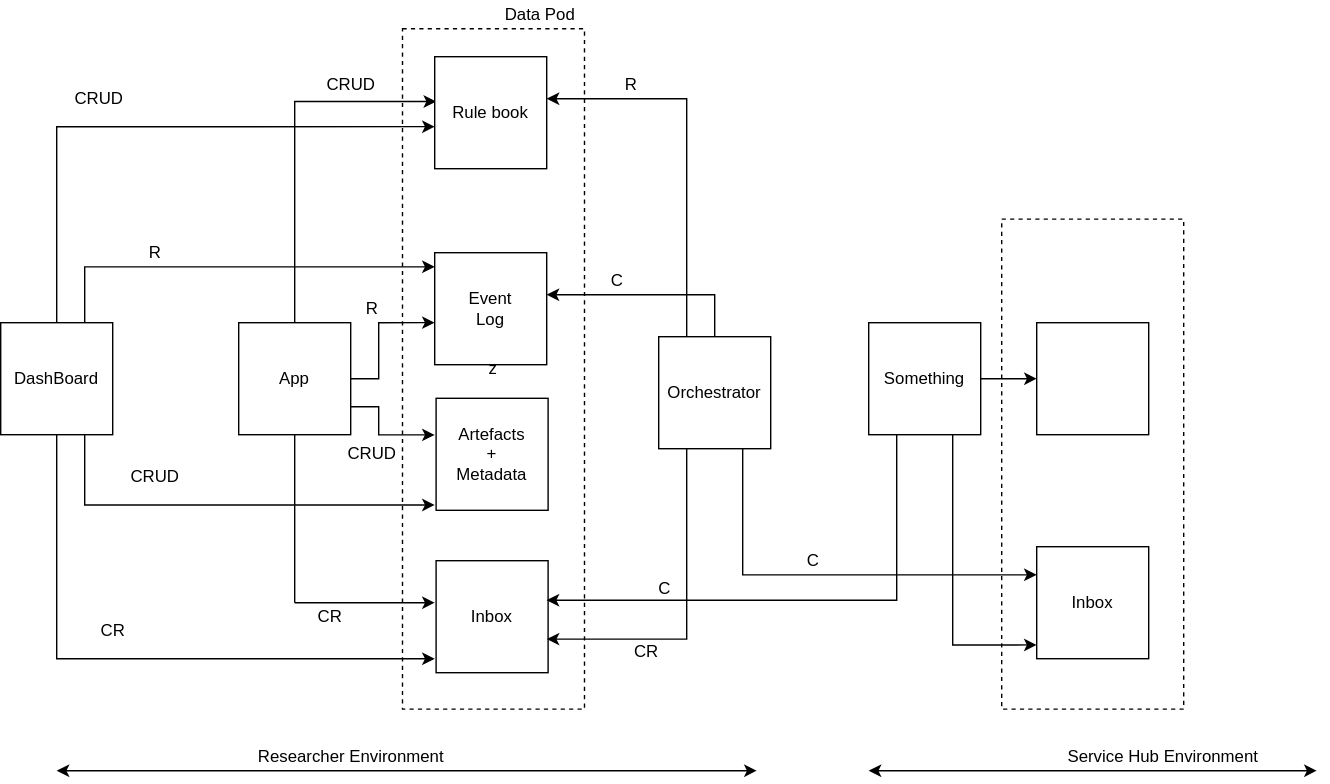
Before: images/mellon-crud-app.svg, a diagram exported from draw.io (MellonScholarlyCommunication/spec-overview). Source tidied: cells renumbered, new cells last; positions are measured from the earlier drawing's top-left corner, leaving out a move shared by most shapes. Its diagram source:
```xml
<mxGraphModel>
  <root>
    <mxCell id="0" />
    <mxCell id="1" parent="0" />
    <mxCell id="2" value="z" style="rounded=0;whiteSpace=wrap;html=1;dashed=1;fillColor=none;" parent="1" vertex="1">
      <mxGeometry x="287" y="20" width="130" height="486" as="geometry" />
    </mxCell>
    <mxCell id="3" style="edgeStyle=orthogonalEdgeStyle;rounded=0;jettySize=auto;html=1;exitX=0.5;exitY=0;exitDx=0;exitDy=0;entryX=0.013;entryY=0.4;entryDx=0;entryDy=0;entryPerimeter=0;" parent="1" edge="1" source="6" target="12">
      <mxGeometry relative="1" as="geometry" />
    </mxCell>
    <mxCell id="4" style="edgeStyle=orthogonalEdgeStyle;rounded=0;jettySize=auto;html=1;exitX=1;exitY=0.5;exitDx=0;exitDy=0;entryX=0.177;entryY=0.432;entryDx=0;entryDy=0;entryPerimeter=0;" parent="1" edge="1" source="6" target="2">
      <mxGeometry relative="1" as="geometry" />
    </mxCell>
    <mxCell id="5" style="edgeStyle=orthogonalEdgeStyle;rounded=0;jettySize=auto;html=1;exitX=1;exitY=0.75;exitDx=0;exitDy=0;entryX=0.177;entryY=0.597;entryDx=0;entryDy=0;entryPerimeter=0;" parent="1" edge="1" source="6" target="2">
      <mxGeometry relative="1" as="geometry" />
    </mxCell>
    <mxCell id="6" value="App" style="whiteSpace=wrap;html=1;" parent="1" vertex="1">
      <mxGeometry x="170" y="230" width="80" height="80" as="geometry" />
    </mxCell>
    <mxCell id="7" style="edgeStyle=orthogonalEdgeStyle;rounded=0;jettySize=auto;html=1;exitX=0.5;exitY=0;exitDx=0;exitDy=0;entryX=0.177;entryY=0.144;entryDx=0;entryDy=0;entryPerimeter=0;" parent="1" edge="1" source="11" target="2">
      <mxGeometry relative="1" as="geometry" />
    </mxCell>
    <mxCell id="8" style="edgeStyle=orthogonalEdgeStyle;rounded=0;jettySize=auto;html=1;exitX=0.75;exitY=0;exitDx=0;exitDy=0;entryX=0.177;entryY=0.35;entryDx=0;entryDy=0;entryPerimeter=0;" parent="1" edge="1" source="11" target="2">
      <mxGeometry relative="1" as="geometry" />
    </mxCell>
    <mxCell id="9" style="edgeStyle=orthogonalEdgeStyle;rounded=0;jettySize=auto;html=1;exitX=0.75;exitY=1;exitDx=0;exitDy=0;entryX=0.177;entryY=0.7;entryDx=0;entryDy=0;entryPerimeter=0;" parent="1" edge="1" source="11" target="2">
      <mxGeometry relative="1" as="geometry">
        <Array as="points">
          <mxPoint x="60" y="360" />
        </Array>
      </mxGeometry>
    </mxCell>
    <mxCell id="10" style="edgeStyle=orthogonalEdgeStyle;rounded=0;jettySize=auto;html=1;exitX=0.5;exitY=1;exitDx=0;exitDy=0;entryX=0.177;entryY=0.926;entryDx=0;entryDy=0;entryPerimeter=0;" parent="1" edge="1" source="11" target="2">
      <mxGeometry relative="1" as="geometry">
        <Array as="points">
          <mxPoint x="40" y="470" />
        </Array>
      </mxGeometry>
    </mxCell>
    <mxCell id="11" value="DashBoard" style="whiteSpace=wrap;html=1;" parent="1" vertex="1">
      <mxGeometry y="230" width="80" height="80" as="geometry" />
    </mxCell>
    <mxCell id="12" value="Rule book" style="whiteSpace=wrap;html=1;" parent="1" vertex="1">
      <mxGeometry x="310" y="40" width="80" height="80" as="geometry" />
    </mxCell>
    <mxCell id="13" value="Event&lt;br&gt;Log" style="whiteSpace=wrap;html=1;" parent="1" vertex="1">
      <mxGeometry x="310" y="180" width="80" height="80" as="geometry" />
    </mxCell>
    <mxCell id="14" value="Artefacts&lt;br&gt;+&lt;br&gt;Metadata" style="whiteSpace=wrap;html=1;" parent="1" vertex="1">
      <mxGeometry x="311" y="284" width="80" height="80" as="geometry" />
    </mxCell>
    <mxCell id="15" value="Inbox" style="whiteSpace=wrap;html=1;" parent="1" vertex="1">
      <mxGeometry x="311" y="400" width="80" height="80" as="geometry" />
    </mxCell>
    <mxCell id="16" style="edgeStyle=orthogonalEdgeStyle;rounded=0;jettySize=auto;html=1;exitX=0;exitY=0.25;exitDx=0;exitDy=0;entryX=0.792;entryY=0.391;entryDx=0;entryDy=0;entryPerimeter=0;" parent="1" edge="1" source="20" target="2">
      <mxGeometry relative="1" as="geometry">
        <Array as="points">
          <mxPoint x="510" y="260" />
          <mxPoint x="510" y="210" />
        </Array>
      </mxGeometry>
    </mxCell>
    <mxCell id="17" style="edgeStyle=orthogonalEdgeStyle;rounded=0;jettySize=auto;html=1;exitX=0.25;exitY=1;exitDx=0;exitDy=0;" parent="1" edge="1" source="20">
      <mxGeometry relative="1" as="geometry">
        <mxPoint x="390" y="456" as="targetPoint" />
        <Array as="points">
          <mxPoint x="490" y="456" />
        </Array>
      </mxGeometry>
    </mxCell>
    <mxCell id="18" style="edgeStyle=orthogonalEdgeStyle;rounded=0;jettySize=auto;html=1;exitX=0.75;exitY=1;exitDx=0;exitDy=0;entryX=0.192;entryY=0.726;entryDx=0;entryDy=0;entryPerimeter=0;" parent="1" edge="1" source="20" target="34">
      <mxGeometry relative="1" as="geometry" />
    </mxCell>
    <mxCell id="19" style="edgeStyle=orthogonalEdgeStyle;rounded=0;jettySize=auto;html=1;exitX=0.25;exitY=0;exitDx=0;exitDy=0;entryX=1;entryY=0.375;entryDx=0;entryDy=0;entryPerimeter=0;" parent="1" edge="1" source="20" target="12">
      <mxGeometry relative="1" as="geometry" />
    </mxCell>
    <mxCell id="20" value="Orchestrator" style="whiteSpace=wrap;html=1;" parent="1" vertex="1">
      <mxGeometry x="470" y="240" width="80" height="80" as="geometry" />
    </mxCell>
    <mxCell id="21" style="edgeStyle=orthogonalEdgeStyle;rounded=0;jettySize=auto;html=1;exitX=0.25;exitY=1;exitDx=0;exitDy=0;entryX=0.792;entryY=0.84;entryDx=0;entryDy=0;entryPerimeter=0;" parent="1" edge="1" source="24" target="2">
      <mxGeometry relative="1" as="geometry">
        <Array as="points">
          <mxPoint x="640" y="428" />
        </Array>
      </mxGeometry>
    </mxCell>
    <mxCell id="22" style="edgeStyle=orthogonalEdgeStyle;rounded=0;jettySize=auto;html=1;exitX=0.75;exitY=1;exitDx=0;exitDy=0;entryX=0.192;entryY=0.869;entryDx=0;entryDy=0;entryPerimeter=0;" parent="1" edge="1" source="24" target="34">
      <mxGeometry relative="1" as="geometry" />
    </mxCell>
    <mxCell id="23" style="edgeStyle=orthogonalEdgeStyle;rounded=0;jettySize=auto;html=1;exitX=1;exitY=0.5;exitDx=0;exitDy=0;entryX=0;entryY=0.5;entryDx=0;entryDy=0;" parent="1" edge="1" source="24" target="41">
      <mxGeometry relative="1" as="geometry" />
    </mxCell>
    <mxCell id="24" value="Something" style="whiteSpace=wrap;html=1;" parent="1" vertex="1">
      <mxGeometry x="620" y="230" width="80" height="80" as="geometry" />
    </mxCell>
    <mxCell id="25" value="Inbox" style="whiteSpace=wrap;html=1;" parent="1" vertex="1">
      <mxGeometry x="740" y="390" width="80" height="80" as="geometry" />
    </mxCell>
    <mxCell id="26" value="CRUD" style="text;html=1;align=center;verticalAlign=middle;strokeColor=none;" parent="1" vertex="1">
      <mxGeometry x="225" y="50" width="50" height="20" as="geometry" />
    </mxCell>
    <mxCell id="27" value="R" style="text;html=1;align=center;verticalAlign=middle;strokeColor=none;" parent="1" vertex="1">
      <mxGeometry x="255" y="210" width="20" height="20" as="geometry" />
    </mxCell>
    <mxCell id="28" value="CRUD" style="text;html=1;align=center;verticalAlign=middle;strokeColor=none;" parent="1" vertex="1">
      <mxGeometry x="240" y="314" width="50" height="20" as="geometry" />
    </mxCell>
    <mxCell id="29" value="CR" style="text;html=1;align=center;verticalAlign=middle;strokeColor=none;" parent="1" vertex="1">
      <mxGeometry x="220" y="430" width="30" height="20" as="geometry" />
    </mxCell>
    <mxCell id="30" value="C" style="text;html=1;align=center;verticalAlign=middle;strokeColor=none;" parent="1" vertex="1">
      <mxGeometry x="430" y="190" width="20" height="20" as="geometry" />
    </mxCell>
    <mxCell id="31" value="CR" style="text;html=1;align=center;verticalAlign=middle;strokeColor=none;" parent="1" vertex="1">
      <mxGeometry x="446" y="455" width="30" height="20" as="geometry" />
    </mxCell>
    <mxCell id="32" value="Data Pod" style="text;html=1;align=center;verticalAlign=middle;strokeColor=none;" parent="1" vertex="1">
      <mxGeometry x="350" width="70" height="20" as="geometry" />
    </mxCell>
    <mxCell id="33" value="C" style="text;html=1;align=center;verticalAlign=middle;strokeColor=none;" parent="1" vertex="1">
      <mxGeometry x="464" y="410" width="20" height="20" as="geometry" />
    </mxCell>
    <mxCell id="34" style="rounded=0;whiteSpace=wrap;html=1;dashed=1;fillColor=none;" parent="1" vertex="1">
      <mxGeometry x="715" y="156" width="130" height="350" as="geometry" />
    </mxCell>
    <mxCell id="35" value="C" style="text;html=1;align=center;verticalAlign=middle;strokeColor=none;" parent="1" vertex="1">
      <mxGeometry x="570" y="390" width="20" height="20" as="geometry" />
    </mxCell>
    <mxCell id="36" value="R" style="text;html=1;align=center;verticalAlign=middle;strokeColor=none;" parent="1" vertex="1">
      <mxGeometry x="440" y="50" width="20" height="20" as="geometry" />
    </mxCell>
    <mxCell id="37" style="endArrow=classic;startArrow=classic;html=1;" parent="1" edge="1">
      <mxGeometry relative="1" as="geometry">
        <mxPoint x="40" y="550" as="sourcePoint" />
        <mxPoint x="540" y="550" as="targetPoint" />
      </mxGeometry>
    </mxCell>
    <mxCell id="38" value="Researcher Environment" style="text;html=1;align=center;verticalAlign=middle;strokeColor=none;" parent="1" vertex="1">
      <mxGeometry x="175" y="530" width="150" height="20" as="geometry" />
    </mxCell>
    <mxCell id="39" style="endArrow=classic;startArrow=classic;html=1;" parent="1" edge="1">
      <mxGeometry relative="1" as="geometry">
        <mxPoint x="620" y="550" as="sourcePoint" />
        <mxPoint x="940" y="550" as="targetPoint" />
      </mxGeometry>
    </mxCell>
    <mxCell id="40" value="Service Hub Environment" style="text;html=1;align=center;verticalAlign=middle;strokeColor=none;" parent="1" vertex="1">
      <mxGeometry x="755" y="530" width="150" height="20" as="geometry" />
    </mxCell>
    <mxCell id="41" style="whiteSpace=wrap;html=1;" parent="1" vertex="1">
      <mxGeometry x="740" y="230" width="80" height="80" as="geometry" />
    </mxCell>
    <mxCell id="42" style="endArrow=none;html=1;entryX=0.5;entryY=1;entryDx=0;entryDy=0;" parent="1" edge="1" target="6">
      <mxGeometry relative="1" as="geometry">
        <mxPoint x="210" y="430" as="sourcePoint" />
      </mxGeometry>
    </mxCell>
    <mxCell id="43" style="endArrow=classic;html=1;" parent="1" edge="1">
      <mxGeometry relative="1" as="geometry">
        <mxPoint x="210" y="430" as="sourcePoint" />
        <mxPoint x="310" y="430" as="targetPoint" />
      </mxGeometry>
    </mxCell>
    <mxCell id="44" value="CRUD" style="text;html=1;align=center;verticalAlign=middle;strokeColor=none;" parent="1" vertex="1">
      <mxGeometry x="45" y="60" width="50" height="20" as="geometry" />
    </mxCell>
    <mxCell id="45" value="R" style="text;html=1;align=center;verticalAlign=middle;strokeColor=none;" parent="1" vertex="1">
      <mxGeometry x="100" y="170" width="20" height="20" as="geometry" />
    </mxCell>
    <mxCell id="46" value="CRUD" style="text;html=1;align=center;verticalAlign=middle;strokeColor=none;" parent="1" vertex="1">
      <mxGeometry x="85" y="330" width="50" height="20" as="geometry" />
    </mxCell>
    <mxCell id="47" value="CR" style="text;html=1;align=center;verticalAlign=middle;strokeColor=none;" parent="1" vertex="1">
      <mxGeometry x="65" y="440" width="30" height="20" as="geometry" />
    </mxCell>
  </root>
</mxGraphModel>
```
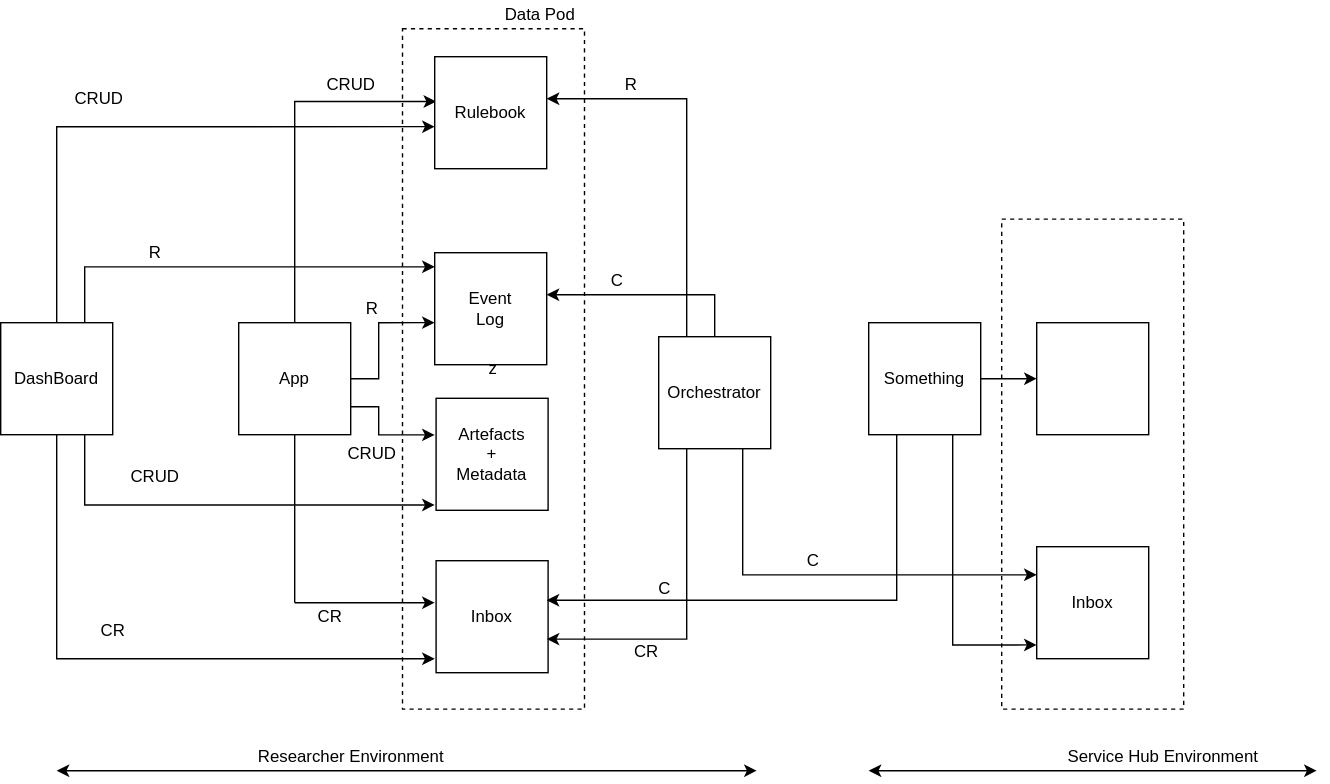
After the change.

Diff of the diagram source:
```diff
@@ -40,7 +40,7 @@
     <mxCell id="11" value="DashBoard" style="whiteSpace=wrap;html=1;" parent="1" vertex="1">
       <mxGeometry y="230" width="80" height="80" as="geometry" />
     </mxCell>
-    <mxCell id="12" value="Rule book" style="whiteSpace=wrap;html=1;" parent="1" vertex="1">
+    <mxCell id="12" value="Rulebook" style="whiteSpace=wrap;html=1;" parent="1" vertex="1">
       <mxGeometry x="310" y="40" width="80" height="80" as="geometry" />
     </mxCell>
     <mxCell id="13" value="Event&lt;br&gt;Log" style="whiteSpace=wrap;html=1;" parent="1" vertex="1">
```
